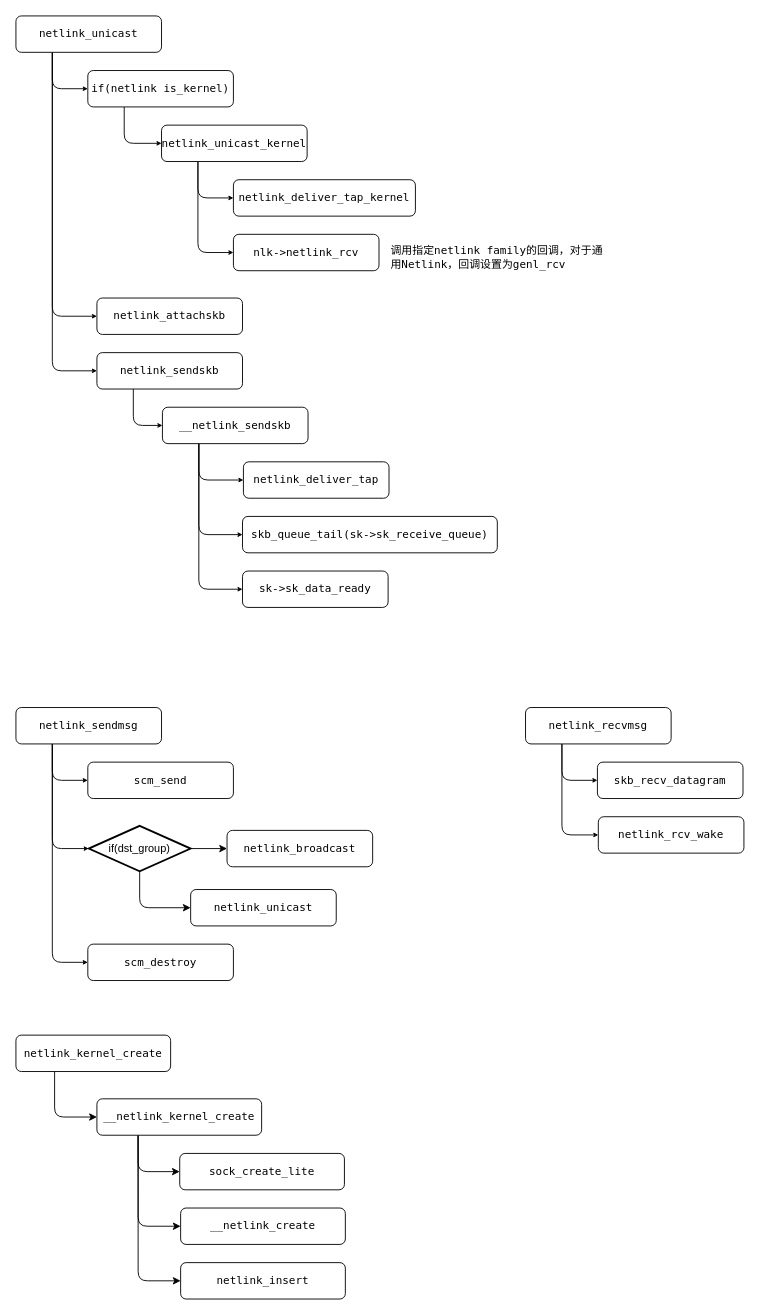
Above: page "netlink流程" (2 of 4) of Netlink.drawio in Aspiresky/draw.io (draw.io), before the change. Source tidied: cells renumbered, new cells numbered last; positions are measured from the earlier drawing's top-left corner, leaving out a move shared by most shapes. Both pictures are drawn from the tidied source at 91%, with x=0, y=0 at pixel (15, 15).
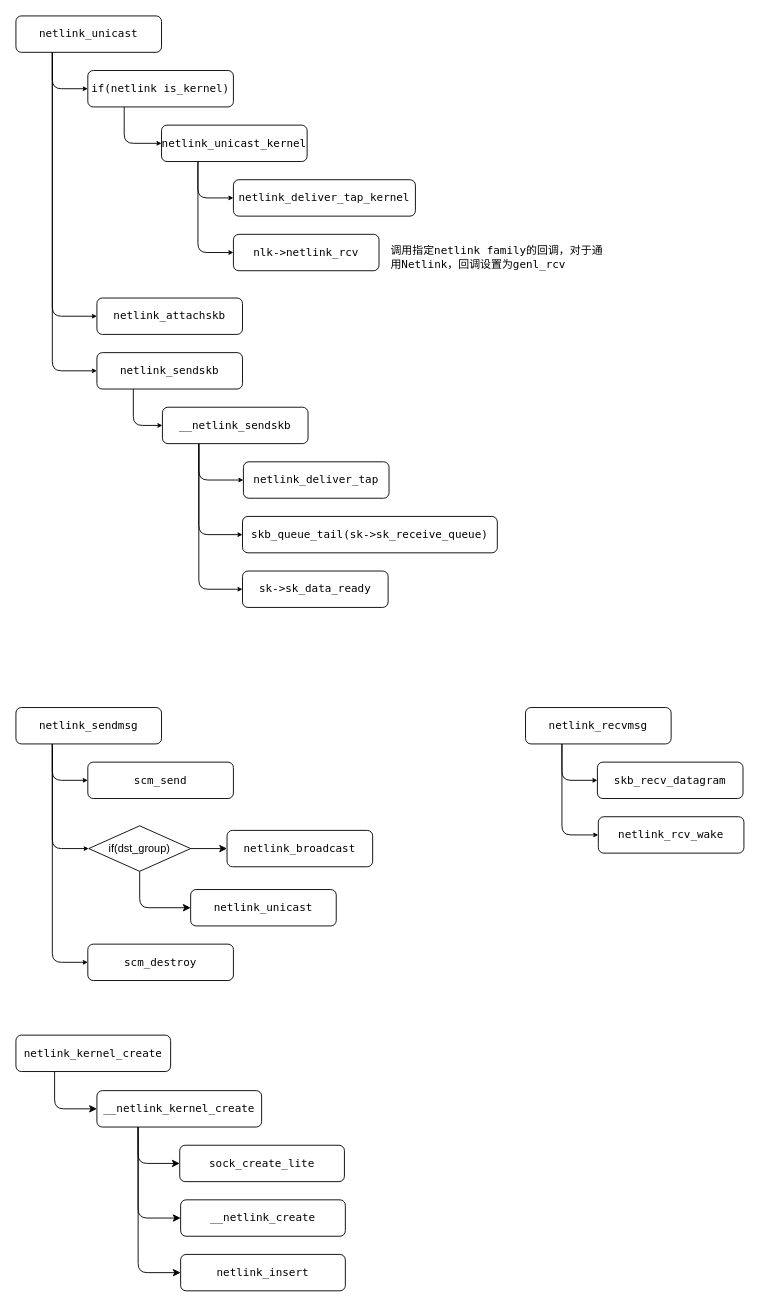
After the change.

What changed in the source:
```diff
@@
-    <mxCell id="29" value="if(dst_group)" style="strokeWidth=2;html=1;shape=mxgraph.flowchart.decision;whiteSpace=wrap;" parent="1" vertex="1">
+    <mxCell id="29" value="if(dst_group)" style="strokeWidth=1;html=1;shape=mxgraph.flowchart.decision;whiteSpace=wrap;" parent="1" vertex="1">
       <mxGeometry x="80" y="890" width="112" height="50" as="geometry" />
     </mxCell>
@@
     <mxCell id="42" value="sock_create_lite" style="rounded=1;whiteSpace=wrap;html=1;fontFamily=Lucida Console;" parent="1" vertex="1">
-      <mxGeometry x="180" y="1250" width="181" height="40" as="geometry" />
+      <mxGeometry x="180" y="1241" width="181" height="40" as="geometry" />
     </mxCell>
@@
     <mxCell id="45" value="__netlink_kernel_create" style="rounded=1;whiteSpace=wrap;html=1;fontFamily=Lucida Console;" parent="1" vertex="1">
-      <mxGeometry x="89" y="1190" width="181" height="40" as="geometry" />
+      <mxGeometry x="89" y="1181" width="181" height="40" as="geometry" />
     </mxCell>
     <mxCell id="46" value="__netlink_create" style="rounded=1;whiteSpace=wrap;html=1;fontFamily=Lucida Console;" parent="1" vertex="1">
-      <mxGeometry x="181" y="1310" width="181" height="40" as="geometry" />
+      <mxGeometry x="181" y="1301" width="181" height="40" as="geometry" />
     </mxCell>
     <mxCell id="47" value="netlink_insert" style="rounded=1;whiteSpace=wrap;html=1;fontFamily=Lucida Console;" parent="1" vertex="1">
-      <mxGeometry x="181" y="1370" width="181" height="40" as="geometry" />
+      <mxGeometry x="181" y="1361" width="181" height="40" as="geometry" />
     </mxCell>
```
